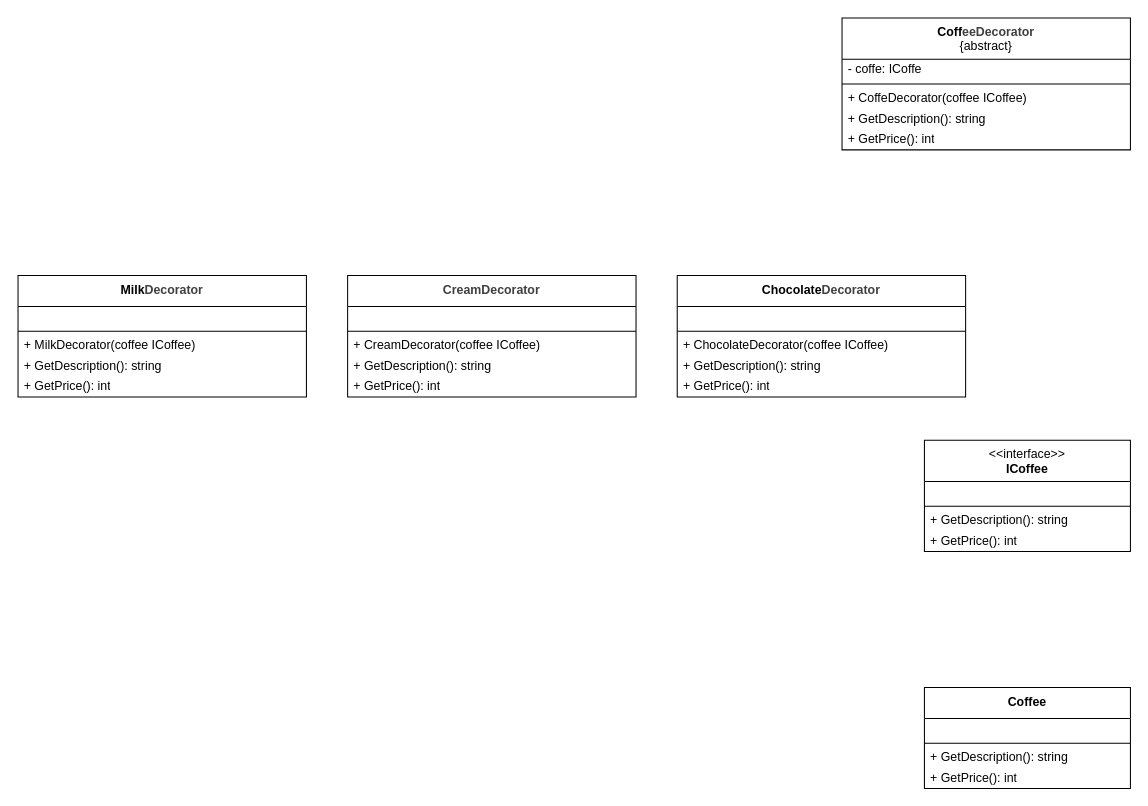
This is src/EJPatrones/GuiaPatrones02/EJ02-Decorator-CaféConAgregados/EJ02-Decorator.dio from gastonjavierricchiardi/ejercicios-csharp-utn-2026, a draw.io file, before an edit. Source tidied: cells renumbered, new cells numbered last; positions are measured from the earlier drawing's top-left corner, leaving out a move shared by most shapes. Both pictures are drawn from the tidied source at 103%, with x=0, y=0 at pixel (18, 18).
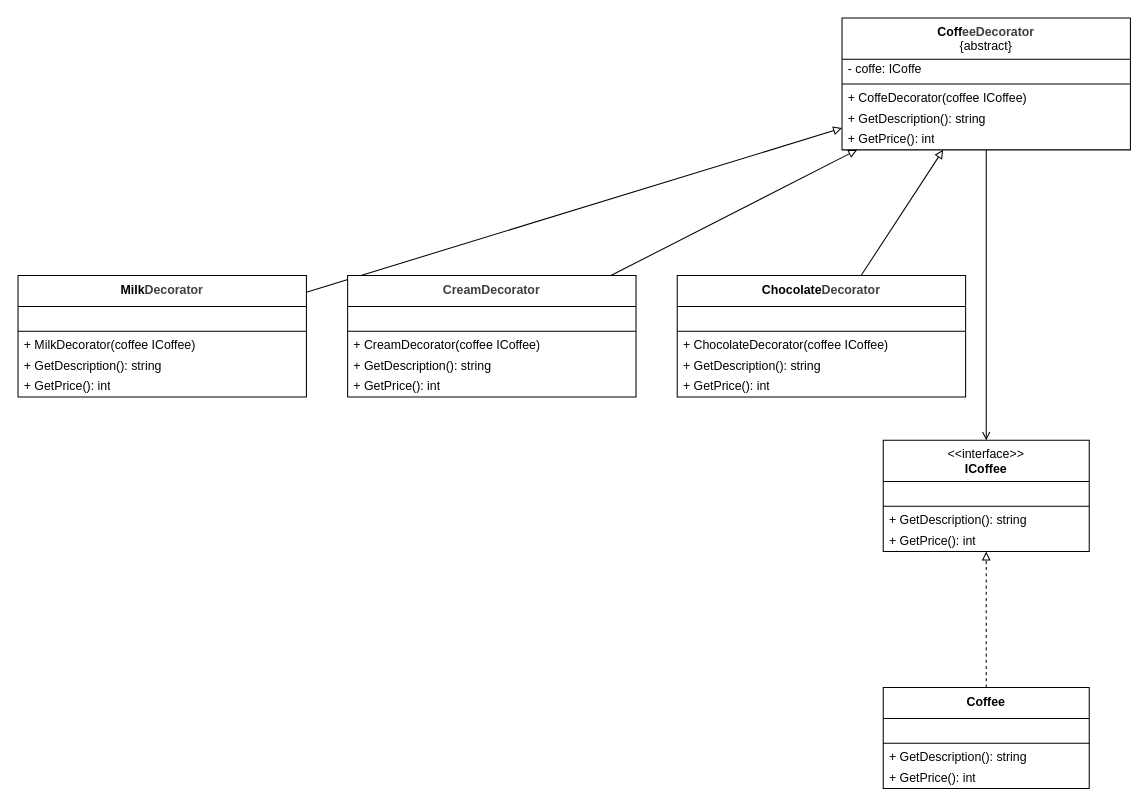
Above is the later version.

The change refers to these unchanged cells:
```xml
<mxCell id="2" value="&lt;b&gt;Coff&lt;/b&gt;&lt;b style=&quot;color: rgb(63, 63, 63); background-color: transparent;&quot;&gt;eeDecorator&lt;/b&gt;&lt;div&gt;{abstract}&lt;/div&gt;" style="swimlane;fontStyle=0;align=center;verticalAlign=top;horizontal=1;startSize=40;html=1;whiteSpace=wrap;" parent="1" vertex="1">
  <mxGeometry x="800" width="280" height="128" as="geometry" />
</mxCell>
<mxCell id="8" value="&lt;b&gt;Milk&lt;/b&gt;&lt;b style=&quot;color: rgb(63, 63, 63); background-color: transparent;&quot;&gt;Decorator&lt;/b&gt;" style="swimlane;fontStyle=0;align=center;verticalAlign=top;horizontal=1;startSize=30;html=1;whiteSpace=wrap;" parent="1" vertex="1">
  <mxGeometry y="250" width="280" height="118" as="geometry" />
</mxCell>
<mxCell id="14" value="&lt;b style=&quot;color: rgb(63, 63, 63); background-color: transparent;&quot;&gt;CreamDecorator&lt;/b&gt;" style="swimlane;fontStyle=0;align=center;verticalAlign=top;horizontal=1;startSize=30;html=1;whiteSpace=wrap;" parent="1" vertex="1">
  <mxGeometry x="320" y="250" width="280" height="118" as="geometry" />
</mxCell>
<mxCell id="20" value="&lt;b&gt;Chocolate&lt;/b&gt;&lt;b style=&quot;color: rgb(63, 63, 63); background-color: transparent;&quot;&gt;Decorator&lt;/b&gt;" style="swimlane;fontStyle=0;align=center;verticalAlign=top;horizontal=1;startSize=30;html=1;whiteSpace=wrap;" parent="1" vertex="1">
  <mxGeometry x="640" y="250" width="280" height="118" as="geometry" />
</mxCell>
```

The edit, as a diff of the source:
```diff
@@
+    <mxCell id="36" style="edgeStyle=none;html=1;endArrow=open;endFill=0;" parent="1" edge="1" source="2" target="26">
+      <mxGeometry relative="1" as="geometry" />
+    </mxCell>
@@
+    <mxCell id="37" style="edgeStyle=none;html=1;endArrow=block;endFill=0;" parent="1" edge="1" source="8" target="2">
+      <mxGeometry relative="1" as="geometry" />
+    </mxCell>
@@
+    <mxCell id="38" style="edgeStyle=none;html=1;endArrow=block;endFill=0;" parent="1" edge="1" source="14" target="2">
+      <mxGeometry relative="1" as="geometry" />
+    </mxCell>
@@
+    <mxCell id="39" style="edgeStyle=none;html=1;endArrow=block;endFill=0;" parent="1" edge="1" source="20" target="2">
+      <mxGeometry relative="1" as="geometry" />
+    </mxCell>
@@
     <mxCell id="26" value="&amp;lt;&amp;lt;interface&amp;gt;&amp;gt;&lt;br&gt;&lt;b&gt;ICoffee&lt;/b&gt;" style="swimlane;fontStyle=0;align=center;verticalAlign=top;horizontal=1;startSize=40;html=1;whiteSpace=wrap;" parent="1" vertex="1">
-      <mxGeometry x="880" y="410" width="200" height="108" as="geometry" />
+      <mxGeometry x="840" y="410" width="200" height="108" as="geometry" />
     </mxCell>
@@
+    <mxCell id="40" style="edgeStyle=none;html=1;endArrow=block;endFill=0;dashed=1;" parent="1" edge="1" source="31" target="26">
+      <mxGeometry relative="1" as="geometry" />
+    </mxCell>
     <mxCell id="31" value="&lt;b&gt;Coffee&lt;/b&gt;" style="swimlane;fontStyle=0;align=center;verticalAlign=top;horizontal=1;startSize=30;html=1;whiteSpace=wrap;" parent="1" vertex="1">
-      <mxGeometry x="880" y="650" width="200" height="98" as="geometry" />
+      <mxGeometry x="840" y="650" width="200" height="98" as="geometry" />
     </mxCell>
```
